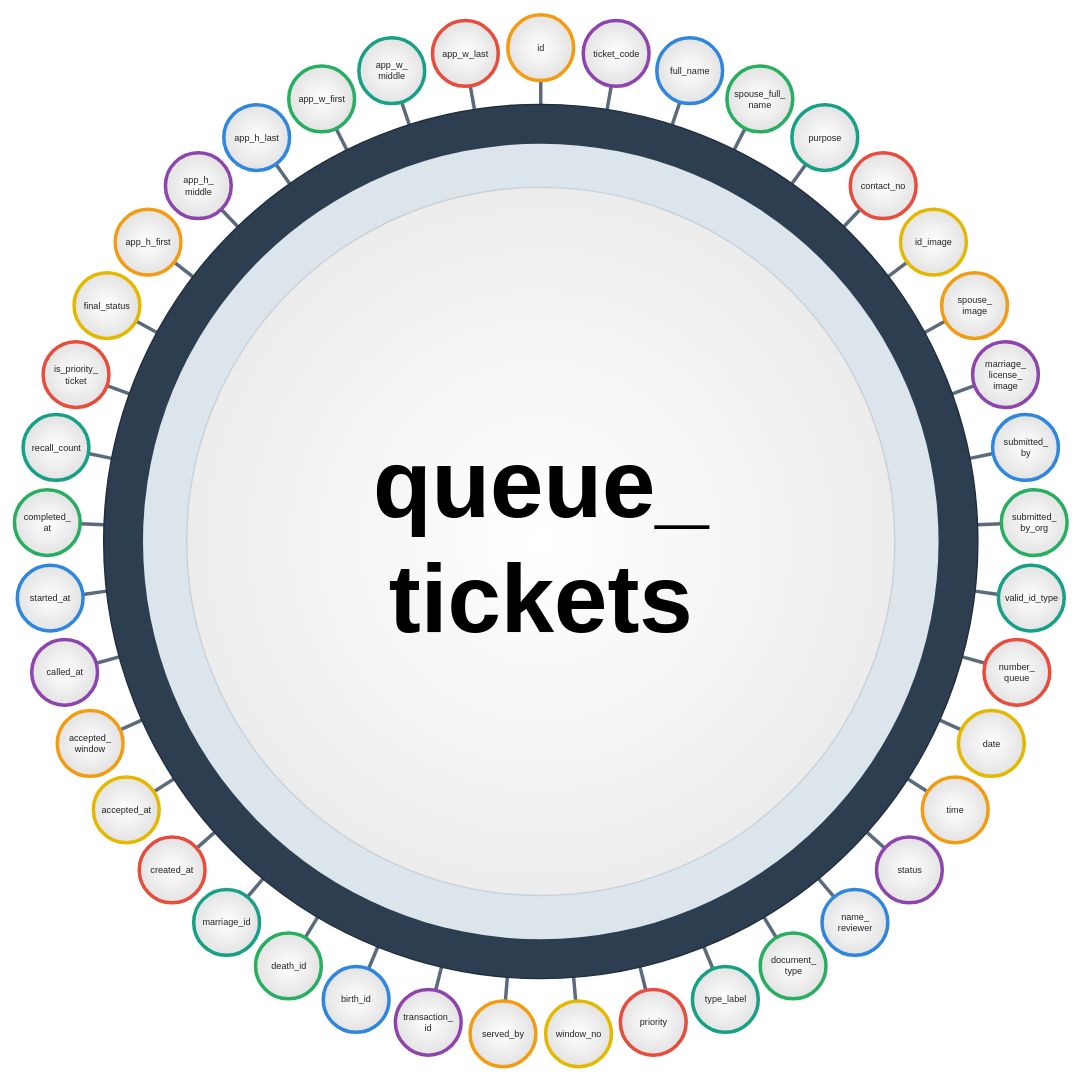
ivanpalogan/CROMS08082026 keeps this draw.io diagram as page "queue_tickets" (13 of 39) of Docs/CROMS_Data_Entry_Table_Diagrams.drawio. Above is the earlier version. Source tidied: cells renumbered, new cells numbered last; positions are measured from the earlier drawing's top-left corner, leaving out a move shared by most shapes. Both pictures are drawn from the tidied source at 70%, with x=0, y=0 at pixel (14, 15).
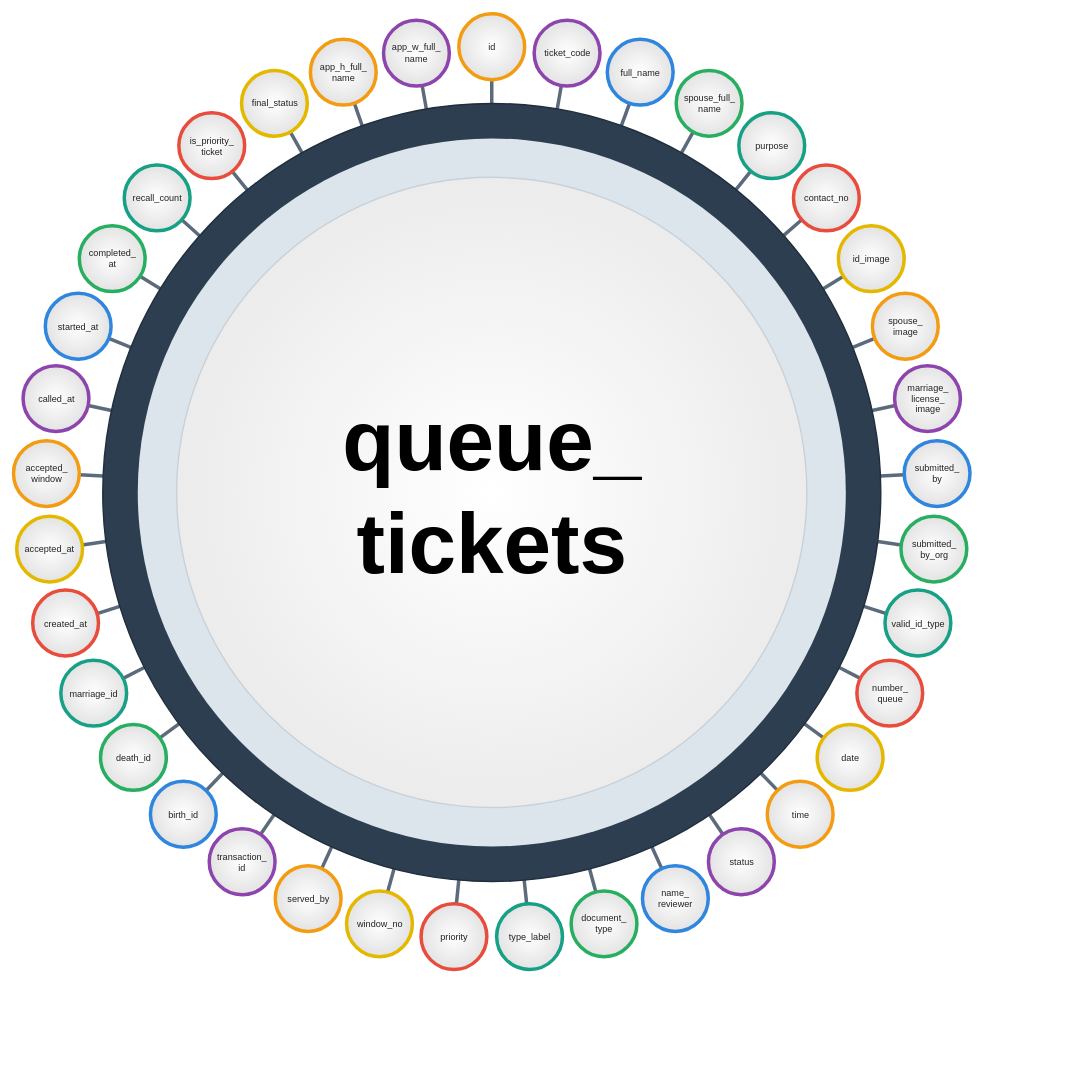
The same page after the edit.

Commit message (it also covers changes not shown here):
docs: merge name and address parts into single circles in every table diagram

Diff of the diagram source:
```diff
@@
-    <mxCell id="39" style="endArrow=none;startArrow=none;html=1;strokeColor=#5B6B7B;strokeWidth=5;" parent="1" edge="1" source="83" target="43">
-      <mxGeometry relative="1" as="geometry" />
-    </mxCell>
-    <mxCell id="40" style="endArrow=none;startArrow=none;html=1;strokeColor=#5B6B7B;strokeWidth=5;" parent="1" edge="1" source="84" target="43">
-      <mxGeometry relative="1" as="geometry" />
-    </mxCell>
-    <mxCell id="41" style="endArrow=none;startArrow=none;html=1;strokeColor=#5B6B7B;strokeWidth=5;" parent="1" edge="1" source="85" target="43">
-      <mxGeometry relative="1" as="geometry" />
-    </mxCell>
-    <mxCell id="42" style="endArrow=none;startArrow=none;html=1;strokeColor=#5B6B7B;strokeWidth=5;" parent="1" edge="1" source="86" target="43">
-      <mxGeometry relative="1" as="geometry" />
-    </mxCell>
     <mxCell id="43" style="ellipse;whiteSpace=nowrap;html=1;fillColor=#2C3E50;strokeColor=#1F2D3D;strokeWidth=2;" parent="1" vertex="1">
-      <mxGeometry x="127.6" y="127.6" width="1248.9" height="1248.9" as="geometry" />
+      <mxGeometry x="126.3" y="126.3" width="1111.5" height="1111.5" as="geometry" />
     </mxCell>
     <mxCell id="44" style="ellipse;whiteSpace=nowrap;html=1;fillColor=#DDE5EC;strokeColor=none;" parent="1" vertex="1">
-      <mxGeometry x="183.8" y="183.8" width="1136.5" height="1136.5" as="geometry" />
+      <mxGeometry x="176.3" y="176.3" width="1011.5" height="1011.5" as="geometry" />
     </mxCell>
-    <mxCell id="45" value="queue_&lt;br&gt;tickets" style="ellipse;whiteSpace=nowrap;html=1;fontFamily=Arial;fontSize=137;fontStyle=1;fontColor=#000000;fillColor=#FFFFFF;gradientColor=#ECECEC;gradientDirection=radial;strokeColor=#C9D1D8;strokeWidth=2;align=center;verticalAlign=middle;" parent="1" vertex="1">
-      <mxGeometry x="246.2" y="246.2" width="1011.6" height="1011.6" as="geometry" />
+    <mxCell id="45" value="queue_&lt;br&gt;tickets" style="ellipse;whiteSpace=nowrap;html=1;fontFamily=Arial;fontSize=122;fontStyle=1;fontColor=#000000;fillColor=#FFFFFF;gradientColor=#ECECEC;gradientDirection=radial;strokeColor=#C9D1D8;strokeWidth=2;align=center;verticalAlign=middle;" parent="1" vertex="1">
+      <mxGeometry x="231.8" y="231.8" width="900.3" height="900.3" as="geometry" />
     </mxCell>
     <mxCell id="46" value="id" style="ellipse;whiteSpace=nowrap;html=1;fontFamily=Arial;fontSize=13;align=center;verticalAlign=middle;spacing=0;strokeWidth=5;fontColor=#222222;fillColor=#FFFFFF;gradientColor=#E3E3E3;gradientDirection=radial;strokeColor=#F39C12;" parent="1" vertex="1">
-      <mxGeometry x="705" y="-0.4" width="94" height="94" as="geometry" />
+      <mxGeometry x="635" y="-1.7" width="94" height="94" as="geometry" />
     </mxCell>
     <mxCell id="47" value="ticket_code" style="ellipse;whiteSpace=nowrap;html=1;fontFamily=Arial;fontSize=13;align=center;verticalAlign=middle;spacing=0;strokeWidth=5;fontColor=#222222;fillColor=#FFFFFF;gradientColor=#E3E3E3;gradientDirection=radial;strokeColor=#8E44AD;" parent="1" vertex="1">
-      <mxGeometry x="812.7" y="7.8" width="94" height="94" as="geometry" />
+      <mxGeometry x="742.6" y="7.4" width="94" height="94" as="geometry" />
     </mxCell>
     <mxCell id="48" value="full_name" style="ellipse;whiteSpace=nowrap;html=1;fontFamily=Arial;fontSize=13;align=center;verticalAlign=middle;spacing=0;strokeWidth=5;fontColor=#222222;fillColor=#FFFFFF;gradientColor=#E3E3E3;gradientDirection=radial;strokeColor=#2E86DE;" parent="1" vertex="1">
-      <mxGeometry x="917.8" y="32.4" width="94" height="94" as="geometry" />
+      <mxGeometry x="847.1" y="34.6" width="94" height="94" as="geometry" />
     </mxCell>
     <mxCell id="49" value="spouse_full_&lt;br&gt;name" style="ellipse;whiteSpace=nowrap;html=1;fontFamily=Arial;fontSize=13;align=center;verticalAlign=middle;spacing=0;strokeWidth=5;fontColor=#222222;fillColor=#FFFFFF;gradientColor=#E3E3E3;gradientDirection=radial;strokeColor=#27AE60;" parent="1" vertex="1">
-      <mxGeometry x="1018" y="72.8" width="94" height="94" as="geometry" />
+      <mxGeometry x="945.5" y="79.1" width="94" height="94" as="geometry" />
     </mxCell>
     <mxCell id="50" value="purpose" style="ellipse;whiteSpace=nowrap;html=1;fontFamily=Arial;fontSize=13;align=center;verticalAlign=middle;spacing=0;strokeWidth=5;fontColor=#222222;fillColor=#FFFFFF;gradientColor=#E3E3E3;gradientDirection=radial;strokeColor=#16A085;" parent="1" vertex="1">
-      <mxGeometry x="1110.8" y="128" width="94" height="94" as="geometry" />
+      <mxGeometry x="1035" y="139.6" width="94" height="94" as="geometry" />
     </mxCell>
     <mxCell id="51" value="contact_no" style="ellipse;whiteSpace=nowrap;html=1;fontFamily=Arial;fontSize=13;align=center;verticalAlign=middle;spacing=0;strokeWidth=5;fontColor=#222222;fillColor=#FFFFFF;gradientColor=#E3E3E3;gradientDirection=radial;strokeColor=#E74C3C;" parent="1" vertex="1">
-      <mxGeometry x="1194.2" y="196.7" width="94" height="94" as="geometry" />
+      <mxGeometry x="1113" y="214.3" width="94" height="94" as="geometry" />
     </mxCell>
     <mxCell id="52" value="id_image" style="ellipse;whiteSpace=nowrap;html=1;fontFamily=Arial;fontSize=13;align=center;verticalAlign=middle;spacing=0;strokeWidth=5;fontColor=#222222;fillColor=#FFFFFF;gradientColor=#E3E3E3;gradientDirection=radial;strokeColor=#E5B800;" parent="1" vertex="1">
-      <mxGeometry x="1266" y="277.4" width="94" height="94" as="geometry" />
+      <mxGeometry x="1177.2" y="301.1" width="94" height="94" as="geometry" />
     </mxCell>
     <mxCell id="53" value="spouse_&lt;br&gt;image" style="ellipse;whiteSpace=nowrap;html=1;fontFamily=Arial;fontSize=13;align=center;verticalAlign=middle;spacing=0;strokeWidth=5;fontColor=#222222;fillColor=#FFFFFF;gradientColor=#E3E3E3;gradientDirection=radial;strokeColor=#F39C12;" parent="1" vertex="1">
-      <mxGeometry x="1324.7" y="368" width="94" height="94" as="geometry" />
+      <mxGeometry x="1225.8" y="397.6" width="94" height="94" as="geometry" />
     </mxCell>
     <mxCell id="54" value="marriage_&lt;br&gt;license_&lt;br&gt;image" style="ellipse;whiteSpace=nowrap;html=1;fontFamily=Arial;fontSize=13;align=center;verticalAlign=middle;spacing=0;strokeWidth=5;fontColor=#222222;fillColor=#FFFFFF;gradientColor=#E3E3E3;gradientDirection=radial;strokeColor=#8E44AD;" parent="1" vertex="1">
-      <mxGeometry x="1368.9" y="466.6" width="94" height="94" as="geometry" />
+      <mxGeometry x="1257.5" y="500.9" width="94" height="94" as="geometry" />
     </mxCell>
     <mxCell id="55" value="submitted_&lt;br&gt;by" style="ellipse;whiteSpace=nowrap;html=1;fontFamily=Arial;fontSize=13;align=center;verticalAlign=middle;spacing=0;strokeWidth=5;fontColor=#222222;fillColor=#FFFFFF;gradientColor=#E3E3E3;gradientDirection=radial;strokeColor=#2E86DE;" parent="1" vertex="1">
-      <mxGeometry x="1397.5" y="570.7" width="94" height="94" as="geometry" />
+      <mxGeometry x="1271.2" y="608" width="94" height="94" as="geometry" />
     </mxCell>
     <mxCell id="56" value="submitted_&lt;br&gt;by_org" style="ellipse;whiteSpace=nowrap;html=1;fontFamily=Arial;fontSize=13;align=center;verticalAlign=middle;spacing=0;strokeWidth=5;fontColor=#222222;fillColor=#FFFFFF;gradientColor=#E3E3E3;gradientDirection=radial;strokeColor=#27AE60;" parent="1" vertex="1">
-      <mxGeometry x="1409.9" y="678" width="94" height="94" as="geometry" />
+      <mxGeometry x="1266.6" y="715.9" width="94" height="94" as="geometry" />
     </mxCell>
     <mxCell id="57" value="valid_id_type" style="ellipse;whiteSpace=nowrap;html=1;fontFamily=Arial;fontSize=13;align=center;verticalAlign=middle;spacing=0;strokeWidth=5;fontColor=#222222;fillColor=#FFFFFF;gradientColor=#E3E3E3;gradientDirection=radial;strokeColor=#16A085;" parent="1" vertex="1">
-      <mxGeometry x="1405.8" y="785.9" width="94" height="94" as="geometry" />
+      <mxGeometry x="1243.8" y="821.5" width="94" height="94" as="geometry" />
     </mxCell>
     <mxCell id="58" value="number_&lt;br&gt;queue" style="ellipse;whiteSpace=nowrap;html=1;fontFamily=Arial;fontSize=13;align=center;verticalAlign=middle;spacing=0;strokeWidth=5;fontColor=#222222;fillColor=#FFFFFF;gradientColor=#E3E3E3;gradientDirection=radial;strokeColor=#E74C3C;" parent="1" vertex="1">
-      <mxGeometry x="1385.2" y="891.9" width="94" height="94" as="geometry" />
+      <mxGeometry x="1203.6" y="921.7" width="94" height="94" as="geometry" />
     </mxCell>
     <mxCell id="59" value="date" style="ellipse;whiteSpace=nowrap;html=1;fontFamily=Arial;fontSize=13;align=center;verticalAlign=middle;spacing=0;strokeWidth=5;fontColor=#222222;fillColor=#FFFFFF;gradientColor=#E3E3E3;gradientDirection=radial;strokeColor=#E5B800;" parent="1" vertex="1">
-      <mxGeometry x="1348.7" y="993.6" width="94" height="94" as="geometry" />
+      <mxGeometry x="1146.9" y="1013.6" width="94" height="94" as="geometry" />
     </mxCell>
     <mxCell id="60" value="time" style="ellipse;whiteSpace=nowrap;html=1;fontFamily=Arial;fontSize=13;align=center;verticalAlign=middle;spacing=0;strokeWidth=5;fontColor=#222222;fillColor=#FFFFFF;gradientColor=#E3E3E3;gradientDirection=radial;strokeColor=#F39C12;" parent="1" vertex="1">
-      <mxGeometry x="1297.1" y="1088.4" width="94" height="94" as="geometry" />
+      <mxGeometry x="1075.6" y="1094.7" width="94" height="94" as="geometry" />
     </mxCell>
     <mxCell id="61" value="status" style="ellipse;whiteSpace=nowrap;html=1;fontFamily=Arial;fontSize=13;align=center;verticalAlign=middle;spacing=0;strokeWidth=5;fontColor=#222222;fillColor=#FFFFFF;gradientColor=#E3E3E3;gradientDirection=radial;strokeColor=#8E44AD;" parent="1" vertex="1">
-      <mxGeometry x="1231.6" y="1174.3" width="94" height="94" as="geometry" />
+      <mxGeometry x="991.6" y="1162.6" width="94" height="94" as="geometry" />
     </mxCell>
     <mxCell id="62" value="name_&lt;br&gt;reviewer" style="ellipse;whiteSpace=nowrap;html=1;fontFamily=Arial;fontSize=13;align=center;verticalAlign=middle;spacing=0;strokeWidth=5;fontColor=#222222;fillColor=#FFFFFF;gradientColor=#E3E3E3;gradientDirection=radial;strokeColor=#2E86DE;" parent="1" vertex="1">
-      <mxGeometry x="1153.8" y="1249.2" width="94" height="94" as="geometry" />
+      <mxGeometry x="897.3" y="1215.2" width="94" height="94" as="geometry" />
     </mxCell>
     <mxCell id="63" value="document_&lt;br&gt;type" style="ellipse;whiteSpace=nowrap;html=1;fontFamily=Arial;fontSize=13;align=center;verticalAlign=middle;spacing=0;strokeWidth=5;fontColor=#222222;fillColor=#FFFFFF;gradientColor=#E3E3E3;gradientDirection=radial;strokeColor=#27AE60;" parent="1" vertex="1">
-      <mxGeometry x="1065.5" y="1311.4" width="94" height="94" as="geometry" />
+      <mxGeometry x="795.4" y="1251.2" width="94" height="94" as="geometry" />
     </mxCell>
     <mxCell id="64" value="type_label" style="ellipse;whiteSpace=nowrap;html=1;fontFamily=Arial;fontSize=13;align=center;verticalAlign=middle;spacing=0;strokeWidth=5;fontColor=#222222;fillColor=#FFFFFF;gradientColor=#E3E3E3;gradientDirection=radial;strokeColor=#16A085;" parent="1" vertex="1">
-      <mxGeometry x="968.7" y="1359.3" width="94" height="94" as="geometry" />
+      <mxGeometry x="689" y="1269.5" width="94" height="94" as="geometry" />
     </mxCell>
     <mxCell id="65" value="priority" style="ellipse;whiteSpace=nowrap;html=1;fontFamily=Arial;fontSize=13;align=center;verticalAlign=middle;spacing=0;strokeWidth=5;fontColor=#222222;fillColor=#FFFFFF;gradientColor=#E3E3E3;gradientDirection=radial;strokeColor=#E74C3C;" parent="1" vertex="1">
-      <mxGeometry x="865.7" y="1391.9" width="94" height="94" as="geometry" />
+      <mxGeometry x="581" y="1269.5" width="94" height="94" as="geometry" />
     </mxCell>
     <mxCell id="66" value="window_no" style="ellipse;whiteSpace=nowrap;html=1;fontFamily=Arial;fontSize=13;align=center;verticalAlign=middle;spacing=0;strokeWidth=5;fontColor=#222222;fillColor=#FFFFFF;gradientColor=#E3E3E3;gradientDirection=radial;strokeColor=#E5B800;" parent="1" vertex="1">
-      <mxGeometry x="759" y="1408.4" width="94" height="94" as="geometry" />
+      <mxGeometry x="474.6" y="1251.2" width="94" height="94" as="geometry" />
     </mxCell>
     <mxCell id="67" value="served_by" style="ellipse;whiteSpace=nowrap;html=1;fontFamily=Arial;fontSize=13;align=center;verticalAlign=middle;spacing=0;strokeWidth=5;fontColor=#222222;fillColor=#FFFFFF;gradientColor=#E3E3E3;gradientDirection=radial;strokeColor=#F39C12;" parent="1" vertex="1">
-      <mxGeometry x="651" y="1408.4" width="94" height="94" as="geometry" />
+      <mxGeometry x="372.7" y="1215.2" width="94" height="94" as="geometry" />
     </mxCell>
     <mxCell id="68" value="transaction_&lt;br&gt;id" style="ellipse;whiteSpace=nowrap;html=1;fontFamily=Arial;fontSize=13;align=center;verticalAlign=middle;spacing=0;strokeWidth=5;fontColor=#222222;fillColor=#FFFFFF;gradientColor=#E3E3E3;gradientDirection=radial;strokeColor=#8E44AD;" parent="1" vertex="1">
-      <mxGeometry x="544.3" y="1391.9" width="94" height="94" as="geometry" />
+      <mxGeometry x="278.4" y="1162.6" width="94" height="94" as="geometry" />
     </mxCell>
     <mxCell id="69" value="birth_id" style="ellipse;whiteSpace=nowrap;html=1;fontFamily=Arial;fontSize=13;align=center;verticalAlign=middle;spacing=0;strokeWidth=5;fontColor=#222222;fillColor=#FFFFFF;gradientColor=#E3E3E3;gradientDirection=radial;strokeColor=#2E86DE;" parent="1" vertex="1">
-      <mxGeometry x="441.3" y="1359.3" width="94" height="94" as="geometry" />
+      <mxGeometry x="194.4" y="1094.7" width="94" height="94" as="geometry" />
     </mxCell>
     <mxCell id="70" value="death_id" style="ellipse;whiteSpace=nowrap;html=1;fontFamily=Arial;fontSize=13;align=center;verticalAlign=middle;spacing=0;strokeWidth=5;fontColor=#222222;fillColor=#FFFFFF;gradientColor=#E3E3E3;gradientDirection=radial;strokeColor=#27AE60;" parent="1" vertex="1">
-      <mxGeometry x="344.5" y="1311.4" width="94" height="94" as="geometry" />
+      <mxGeometry x="123.1" y="1013.6" width="94" height="94" as="geometry" />
     </mxCell>
     <mxCell id="71" value="marriage_id" style="ellipse;whiteSpace=nowrap;html=1;fontFamily=Arial;fontSize=13;align=center;verticalAlign=middle;spacing=0;strokeWidth=5;fontColor=#222222;fillColor=#FFFFFF;gradientColor=#E3E3E3;gradientDirection=radial;strokeColor=#16A085;" parent="1" vertex="1">
-      <mxGeometry x="256.2" y="1249.2" width="94" height="94" as="geometry" />
+      <mxGeometry x="66.4" y="921.7" width="94" height="94" as="geometry" />
     </mxCell>
     <mxCell id="72" value="created_at" style="ellipse;whiteSpace=nowrap;html=1;fontFamily=Arial;fontSize=13;align=center;verticalAlign=middle;spacing=0;strokeWidth=5;fontColor=#222222;fillColor=#FFFFFF;gradientColor=#E3E3E3;gradientDirection=radial;strokeColor=#E74C3C;" parent="1" vertex="1">
-      <mxGeometry x="178.4" y="1174.3" width="94" height="94" as="geometry" />
+      <mxGeometry x="26.2" y="821.5" width="94" height="94" as="geometry" />
     </mxCell>
     <mxCell id="73" value="accepted_at" style="ellipse;whiteSpace=nowrap;html=1;fontFamily=Arial;fontSize=13;align=center;verticalAlign=middle;spacing=0;strokeWidth=5;fontColor=#222222;fillColor=#FFFFFF;gradientColor=#E3E3E3;gradientDirection=radial;strokeColor=#E5B800;" parent="1" vertex="1">
-      <mxGeometry x="112.9" y="1088.4" width="94" height="94" as="geometry" />
+      <mxGeometry x="3.4" y="715.9" width="94" height="94" as="geometry" />
     </mxCell>
     <mxCell id="74" value="accepted_&lt;br&gt;window" style="ellipse;whiteSpace=nowrap;html=1;fontFamily=Arial;fontSize=13;align=center;verticalAlign=middle;spacing=0;strokeWidth=5;fontColor=#222222;fillColor=#FFFFFF;gradientColor=#E3E3E3;gradientDirection=radial;strokeColor=#F39C12;" parent="1" vertex="1">
-      <mxGeometry x="61.3" y="993.6" width="94" height="94" as="geometry" />
+      <mxGeometry x="-1.2" y="608" width="94" height="94" as="geometry" />
     </mxCell>
     <mxCell id="75" value="called_at" style="ellipse;whiteSpace=nowrap;html=1;fontFamily=Arial;fontSize=13;align=center;verticalAlign=middle;spacing=0;strokeWidth=5;fontColor=#222222;fillColor=#FFFFFF;gradientColor=#E3E3E3;gradientDirection=radial;strokeColor=#8E44AD;" parent="1" vertex="1">
-      <mxGeometry x="24.8" y="891.9" width="94" height="94" as="geometry" />
+      <mxGeometry x="12.5" y="500.9" width="94" height="94" as="geometry" />
     </mxCell>
     <mxCell id="76" value="started_at" style="ellipse;whiteSpace=nowrap;html=1;fontFamily=Arial;fontSize=13;align=center;verticalAlign=middle;spacing=0;strokeWidth=5;fontColor=#222222;fillColor=#FFFFFF;gradientColor=#E3E3E3;gradientDirection=radial;strokeColor=#2E86DE;" parent="1" vertex="1">
-      <mxGeometry x="4.2" y="785.9" width="94" height="94" as="geometry" />
+      <mxGeometry x="44.2" y="397.6" width="94" height="94" as="geometry" />
     </mxCell>
     <mxCell id="77" value="completed_&lt;br&gt;at" style="ellipse;whiteSpace=nowrap;html=1;fontFamily=Arial;fontSize=13;align=center;verticalAlign=middle;spacing=0;strokeWidth=5;fontColor=#222222;fillColor=#FFFFFF;gradientColor=#E3E3E3;gradientDirection=radial;strokeColor=#27AE60;" parent="1" vertex="1">
-      <mxGeometry x="0.1" y="678" width="94" height="94" as="geometry" />
+      <mxGeometry x="92.8" y="301.1" width="94" height="94" as="geometry" />
     </mxCell>
     <mxCell id="78" value="recall_count" style="ellipse;whiteSpace=nowrap;html=1;fontFamily=Arial;fontSize=13;align=center;verticalAlign=middle;spacing=0;strokeWidth=5;fontColor=#222222;fillColor=#FFFFFF;gradientColor=#E3E3E3;gradientDirection=radial;strokeColor=#16A085;" parent="1" vertex="1">
-      <mxGeometry x="12.5" y="570.7" width="94" height="94" as="geometry" />
+      <mxGeometry x="157" y="214.3" width="94" height="94" as="geometry" />
     </mxCell>
     <mxCell id="79" value="is_priority_&lt;br&gt;ticket" style="ellipse;whiteSpace=nowrap;html=1;fontFamily=Arial;fontSize=13;align=center;verticalAlign=middle;spacing=0;strokeWidth=5;fontColor=#222222;fillColor=#FFFFFF;gradientColor=#E3E3E3;gradientDirection=radial;strokeColor=#E74C3C;" parent="1" vertex="1">
-      <mxGeometry x="41.1" y="466.6" width="94" height="94" as="geometry" />
+      <mxGeometry x="235" y="139.6" width="94" height="94" as="geometry" />
     </mxCell>
     <mxCell id="80" value="final_status" style="ellipse;whiteSpace=nowrap;html=1;fontFamily=Arial;fontSize=13;align=center;verticalAlign=middle;spacing=0;strokeWidth=5;fontColor=#222222;fillColor=#FFFFFF;gradientColor=#E3E3E3;gradientDirection=radial;strokeColor=#E5B800;" parent="1" vertex="1">
-      <mxGeometry x="85.3" y="368" width="94" height="94" as="geometry" />
+      <mxGeometry x="324.5" y="79.1" width="94" height="94" as="geometry" />
     </mxCell>
-    <mxCell id="81" value="app_h_first" style="ellipse;whiteSpace=nowrap;html=1;fontFamily=Arial;fontSize=13;align=center;verticalAlign=middle;spacing=0;strokeWidth=5;fontColor=#222222;fillColor=#FFFFFF;gradientColor=#E3E3E3;gradientDirection=radial;strokeColor=#F39C12;" parent="1" vertex="1">
-      <mxGeometry x="144" y="277.4" width="94" height="94" as="geometry" />
+    <mxCell id="81" value="app_h_full_&lt;br&gt;name" style="ellipse;whiteSpace=nowrap;html=1;fontFamily=Arial;fontSize=13;align=center;verticalAlign=middle;spacing=0;strokeWidth=5;fontColor=#222222;fillColor=#FFFFFF;gradientColor=#E3E3E3;gradientDirection=radial;strokeColor=#F39C12;" parent="1" vertex="1">
+      <mxGeometry x="422.9" y="34.6" width="94" height="94" as="geometry" />
     </mxCell>
-    <mxCell id="82" value="app_h_&lt;br&gt;middle" style="ellipse;whiteSpace=nowrap;html=1;fontFamily=Arial;fontSize=13;align=center;verticalAlign=middle;spacing=0;strokeWidth=5;fontColor=#222222;fillColor=#FFFFFF;gradientColor=#E3E3E3;gradientDirection=radial;strokeColor=#8E44AD;" parent="1" vertex="1">
-      <mxGeometry x="215.8" y="196.7" width="94" height="94" as="geometry" />
+    <mxCell id="82" value="app_w_full_&lt;br&gt;name" style="ellipse;whiteSpace=nowrap;html=1;fontFamily=Arial;fontSize=13;align=center;verticalAlign=middle;spacing=0;strokeWidth=5;fontColor=#222222;fillColor=#FFFFFF;gradientColor=#E3E3E3;gradientDirection=radial;strokeColor=#8E44AD;" parent="1" vertex="1">
+      <mxGeometry x="527.4" y="7.4" width="94" height="94" as="geometry" />
     </mxCell>
-    <mxCell id="83" value="app_h_last" style="ellipse;whiteSpace=nowrap;html=1;fontFamily=Arial;fontSize=13;align=center;verticalAlign=middle;spacing=0;strokeWidth=5;fontColor=#222222;fillColor=#FFFFFF;gradientColor=#E3E3E3;gradientDirection=radial;strokeColor=#2E86DE;" parent="1" vertex="1">
-      <mxGeometry x="299.2" y="128" width="94" height="94" as="geometry" />
-    </mxCell>
-    <mxCell id="84" value="app_w_first" style="ellipse;whiteSpace=nowrap;html=1;fontFamily=Arial;fontSize=13;align=center;verticalAlign=middle;spacing=0;strokeWidth=5;fontColor=#222222;fillColor=#FFFFFF;gradientColor=#E3E3E3;gradientDirection=radial;strokeColor=#27AE60;" parent="1" vertex="1">
-      <mxGeometry x="392" y="72.8" width="94" height="94" as="geometry" />
-    </mxCell>
-    <mxCell id="85" value="app_w_&lt;br&gt;middle" style="ellipse;whiteSpace=nowrap;html=1;fontFamily=Arial;fontSize=13;align=center;verticalAlign=middle;spacing=0;strokeWidth=5;fontColor=#222222;fillColor=#FFFFFF;gradientColor=#E3E3E3;gradientDirection=radial;strokeColor=#16A085;" parent="1" vertex="1">
-      <mxGeometry x="492.2" y="32.4" width="94" height="94" as="geometry" />
-    </mxCell>
-    <mxCell id="86" value="app_w_last" style="ellipse;whiteSpace=nowrap;html=1;fontFamily=Arial;fontSize=13;align=center;verticalAlign=middle;spacing=0;strokeWidth=5;fontColor=#222222;fillColor=#FFFFFF;gradientColor=#E3E3E3;gradientDirection=radial;strokeColor=#E74C3C;" parent="1" vertex="1">
-      <mxGeometry x="597.3" y="7.8" width="94" height="94" as="geometry" />
-    </mxCell>
```
